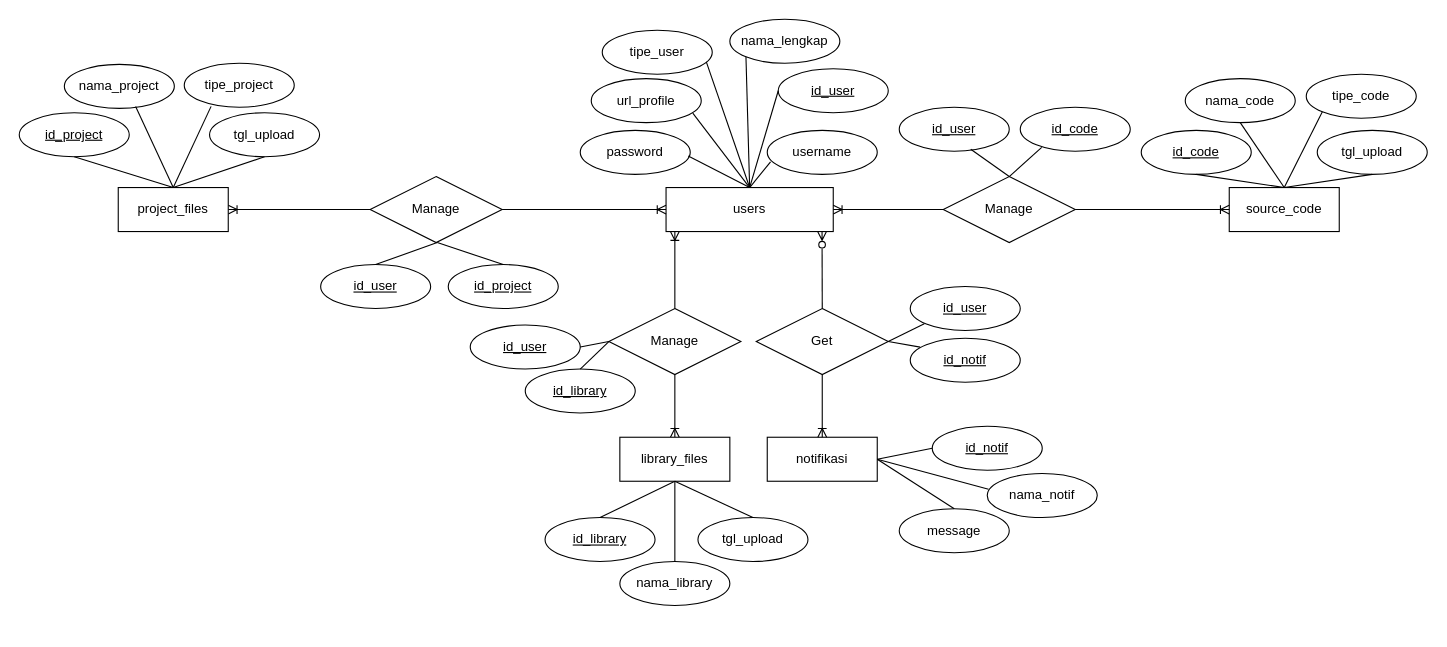
This is page "ERD" (15 of 19) of KP2.drawio from dapzz-id/DrawIO, a draw.io file, before an edit. Source tidied: cells renumbered, new cells numbered last; positions are measured from the earlier drawing's top-left corner, leaving out a move shared by most shapes. Both pictures are drawn from the tidied source at 110%, with x=0, y=0 at pixel (19, 19).
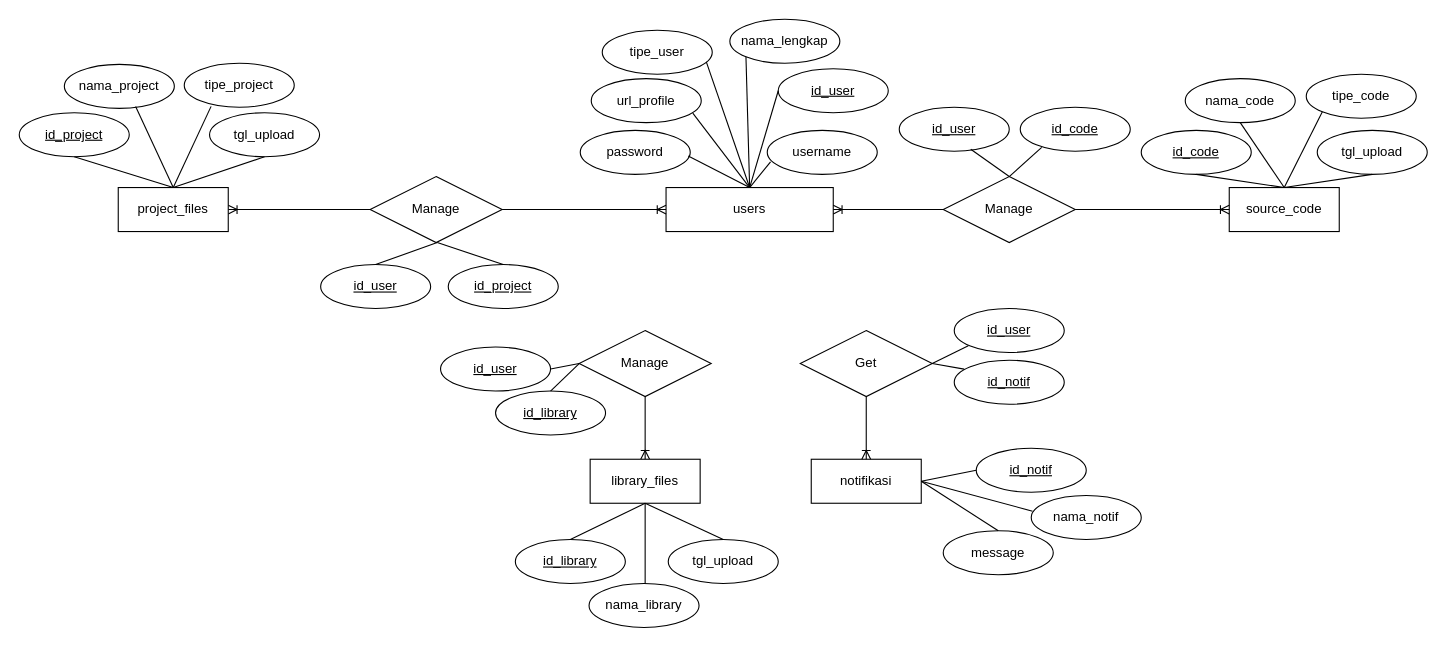
After the change.

The change refers to these unchanged cells:
```xml
<mxCell id="2" value="users" style="whiteSpace=wrap;html=1;align=center;" parent="1" vertex="1">
  <mxGeometry x="588" y="153" width="152" height="40" as="geometry" />
</mxCell>
```

What changed in the source:
```diff
@@
     <mxCell id="48" value="Manage" style="shape=rhombus;perimeter=rhombusPerimeter;whiteSpace=wrap;html=1;align=center;" parent="1" vertex="1">
-      <mxGeometry x="536" y="263" width="120" height="60" as="geometry" />
+      <mxGeometry x="509" y="283" width="120" height="60" as="geometry" />
     </mxCell>
-    <mxCell id="49" style="endArrow=none;html=1;rounded=0;exitX=0.5;exitY=1;exitDx=0;exitDy=0;entryX=0.5;entryY=0;entryDx=0;entryDy=0;startArrow=ERoneToMany;startFill=0;" parent="1" edge="1" target="48">
-      <mxGeometry relative="1" as="geometry">
-        <mxPoint x="596" y="193" as="sourcePoint" />
-      </mxGeometry>
-    </mxCell>
     <mxCell id="50" value="library_files" style="whiteSpace=wrap;html=1;align=center;" parent="1" vertex="1">
-      <mxGeometry x="546" y="380" width="100" height="40" as="geometry" />
+      <mxGeometry x="519" y="400" width="100" height="40" as="geometry" />
     </mxCell>
     <mxCell id="51" value="id_user" style="ellipse;whiteSpace=wrap;html=1;align=center;fontStyle=4;" parent="1" vertex="1">
-      <mxGeometry x="410" y="278" width="100" height="40" as="geometry" />
+      <mxGeometry x="383" y="298" width="100" height="40" as="geometry" />
     </mxCell>
     <mxCell id="52" value="id_library" style="ellipse;whiteSpace=wrap;html=1;align=center;fontStyle=4;" parent="1" vertex="1">
-      <mxGeometry x="460" y="318" width="100" height="40" as="geometry" />
+      <mxGeometry x="433" y="338" width="100" height="40" as="geometry" />
     </mxCell>
     <mxCell id="53" value="id_library" style="ellipse;whiteSpace=wrap;html=1;align=center;fontStyle=4;" parent="1" vertex="1">
-      <mxGeometry x="478" y="453" width="100" height="40" as="geometry" />
+      <mxGeometry x="451" y="473" width="100" height="40" as="geometry" />
     </mxCell>
     <mxCell id="54" value="nama_library" style="ellipse;whiteSpace=wrap;html=1;align=center;" parent="1" vertex="1">
-      <mxGeometry x="546" y="493" width="100" height="40" as="geometry" />
+      <mxGeometry x="518" y="513" width="100" height="40" as="geometry" />
     </mxCell>
     <mxCell id="55" value="tgl_upload" style="ellipse;whiteSpace=wrap;html=1;align=center;" parent="1" vertex="1">
-      <mxGeometry x="617" y="453" width="100" height="40" as="geometry" />
+      <mxGeometry x="590" y="473" width="100" height="40" as="geometry" />
     </mxCell>
@@
-    <mxCell id="57" style="endArrow=none;html=1;rounded=0;exitX=0.5;exitY=1;exitDx=0;exitDy=0;entryX=0.5;entryY=0;entryDx=0;entryDy=0;" parent="1" edge="1" source="50" target="54">
-      <mxGeometry relative="1" as="geometry" />
+    <mxCell id="57" style="endArrow=none;html=1;rounded=0;exitX=0.5;exitY=1;exitDx=0;exitDy=0;entryX=0.5;entryY=0;entryDx=0;entryDy=0;" parent="1" edge="1" source="50">
+      <mxGeometry relative="1" as="geometry">
+        <mxPoint x="569" y="513" as="targetPoint" />
+      </mxGeometry>
     </mxCell>
@@
     <mxCell id="59" value="notifikasi" style="whiteSpace=wrap;html=1;align=center;" parent="1" vertex="1">
-      <mxGeometry x="680" y="380" width="100" height="40" as="geometry" />
+      <mxGeometry x="720" y="400" width="100" height="40" as="geometry" />
     </mxCell>
@@
     <mxCell id="61" value="Get" style="shape=rhombus;perimeter=rhombusPerimeter;whiteSpace=wrap;html=1;align=center;" parent="1" vertex="1">
-      <mxGeometry x="670" y="263" width="120" height="60" as="geometry" />
+      <mxGeometry x="710" y="283" width="120" height="60" as="geometry" />
     </mxCell>
@@
-    <mxCell id="64" style="endArrow=none;html=1;rounded=0;exitX=0.933;exitY=0.998;exitDx=0;exitDy=0;exitPerimeter=0;entryX=0.5;entryY=0;entryDx=0;entryDy=0;startArrow=ERzeroToMany;startFill=0;" parent="1" edge="1" source="2" target="61">
-      <mxGeometry relative="1" as="geometry" />
-    </mxCell>
     <mxCell id="65" value="id_user" style="ellipse;whiteSpace=wrap;html=1;align=center;fontStyle=4;" parent="1" vertex="1">
-      <mxGeometry x="810" y="243" width="100" height="40" as="geometry" />
+      <mxGeometry x="850" y="263" width="100" height="40" as="geometry" />
     </mxCell>
     <mxCell id="66" value="id_notif" style="ellipse;whiteSpace=wrap;html=1;align=center;fontStyle=4;" parent="1" vertex="1">
-      <mxGeometry x="810" y="290" width="100" height="40" as="geometry" />
+      <mxGeometry x="850" y="310" width="100" height="40" as="geometry" />
     </mxCell>
@@
     <mxCell id="69" value="id_notif" style="ellipse;whiteSpace=wrap;html=1;align=center;fontStyle=4;" parent="1" vertex="1">
-      <mxGeometry x="830" y="370" width="100" height="40" as="geometry" />
+      <mxGeometry x="870" y="390" width="100" height="40" as="geometry" />
     </mxCell>
@@
     <mxCell id="71" value="nama_notif" style="ellipse;whiteSpace=wrap;html=1;align=center;" parent="1" vertex="1">
-      <mxGeometry x="880" y="413" width="100" height="40" as="geometry" />
+      <mxGeometry x="920" y="433" width="100" height="40" as="geometry" />
     </mxCell>
@@
     <mxCell id="73" value="message" style="ellipse;whiteSpace=wrap;html=1;align=center;" parent="1" vertex="1">
-      <mxGeometry x="800" y="445" width="100" height="40" as="geometry" />
+      <mxGeometry x="840" y="465" width="100" height="40" as="geometry" />
     </mxCell>
```
